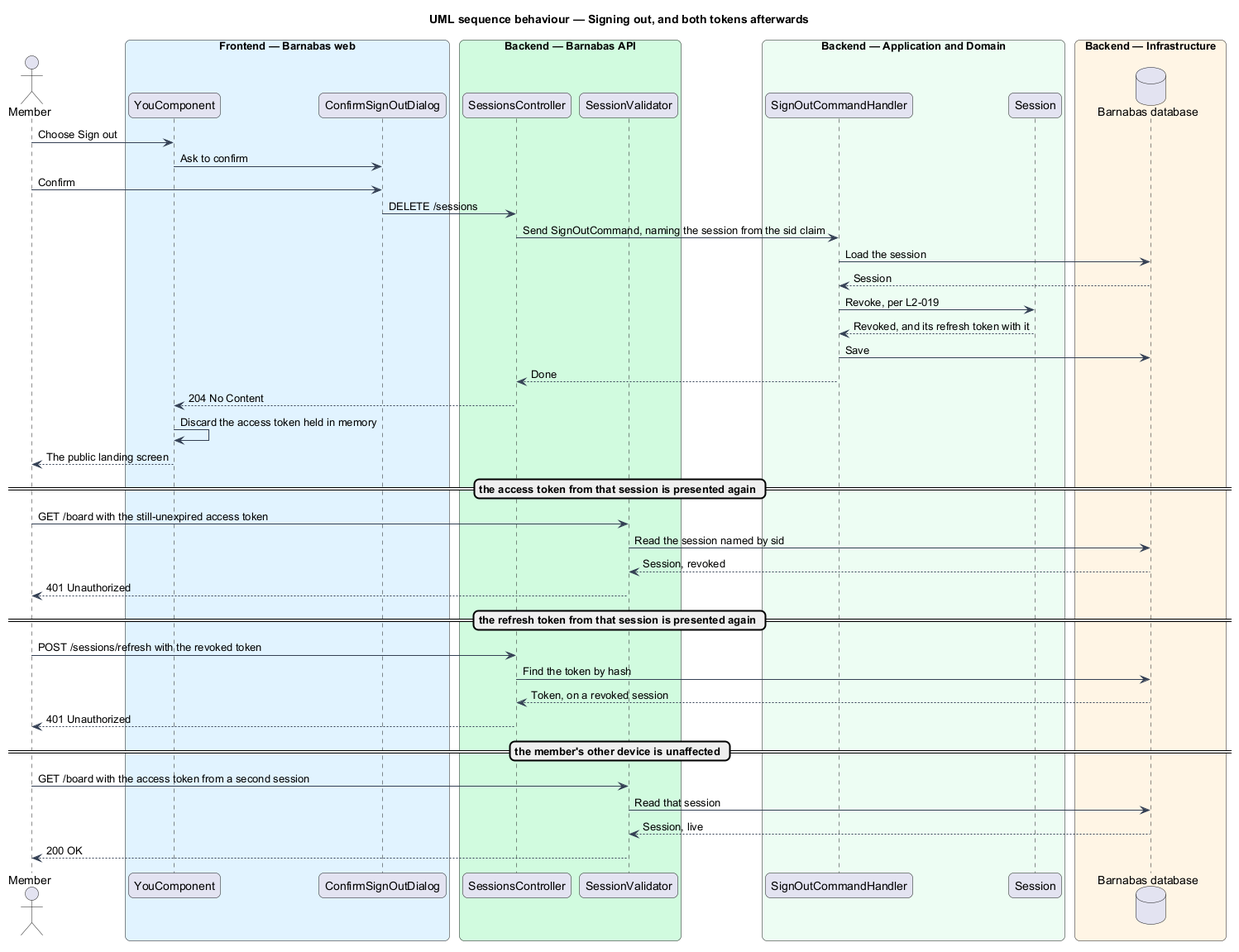
Above: docs/detailed-designs/access/end-a-session/diagrams/sequence-sign-out.png in QuinntyneBrown/Barnabas (PlantUML), before the change. Source of this version:
```plantuml
@startuml
title UML sequence behaviour — Signing out, and both tokens afterwards
skinparam backgroundColor #FFFFFF
skinparam shadowing false
skinparam roundcorner 12
skinparam defaultFontName Arial
skinparam ArrowColor #344054
skinparam rectangle {
  BorderColor #344054
  FontColor #101828
}
skinparam package {
  BorderColor #667085
  FontColor #101828
  BackgroundColor #F9FAFB
}
actor "Member" as actor
box "Frontend — Barnabas web" #E0F2FE
  participant "YouComponent" as page
  participant "ConfirmSignOutDialog" as dialog
end box
box "Backend — Barnabas API" #D1FADF
  participant "SessionsController" as controller
  participant "SessionValidator" as sv
end box
box "Backend — Application and Domain" #ECFDF3
  participant "SignOutCommandHandler" as handler
  participant "Session" as session
end box
box "Backend — Infrastructure" #FFF4E5
  database "Barnabas database" as db
end box

actor -> page : Choose Sign out
page -> dialog : Ask to confirm
actor -> dialog : Confirm
dialog -> controller : DELETE /sessions
controller -> handler : Send SignOutCommand, naming the session from the sid claim
handler -> db : Load the session
db --> handler : Session
handler -> session : Revoke, per L2-019
session --> handler : Revoked, and its refresh token with it
handler -> db : Save
handler --> controller : Done
controller --> page : 204 No Content
page -> page : Discard the access token held in memory
page --> actor : The public landing screen
== the access token from that session is presented again ==
actor -> sv : GET /board with the still-unexpired access token
sv -> db : Read the session named by sid
db --> sv : Session, revoked
sv --> actor : 401 Unauthorized
== the refresh token from that session is presented again ==
actor -> controller : POST /sessions/refresh with the revoked token
controller -> db : Find the token by hash
db --> controller : Token, on a revoked session
controller --> actor : 401 Unauthorized
== the member's other device is unaffected ==
actor -> sv : GET /board with the access token from a second session
sv -> db : Read that session
db --> sv : Session, live
sv --> actor : 200 OK
@enduml
```
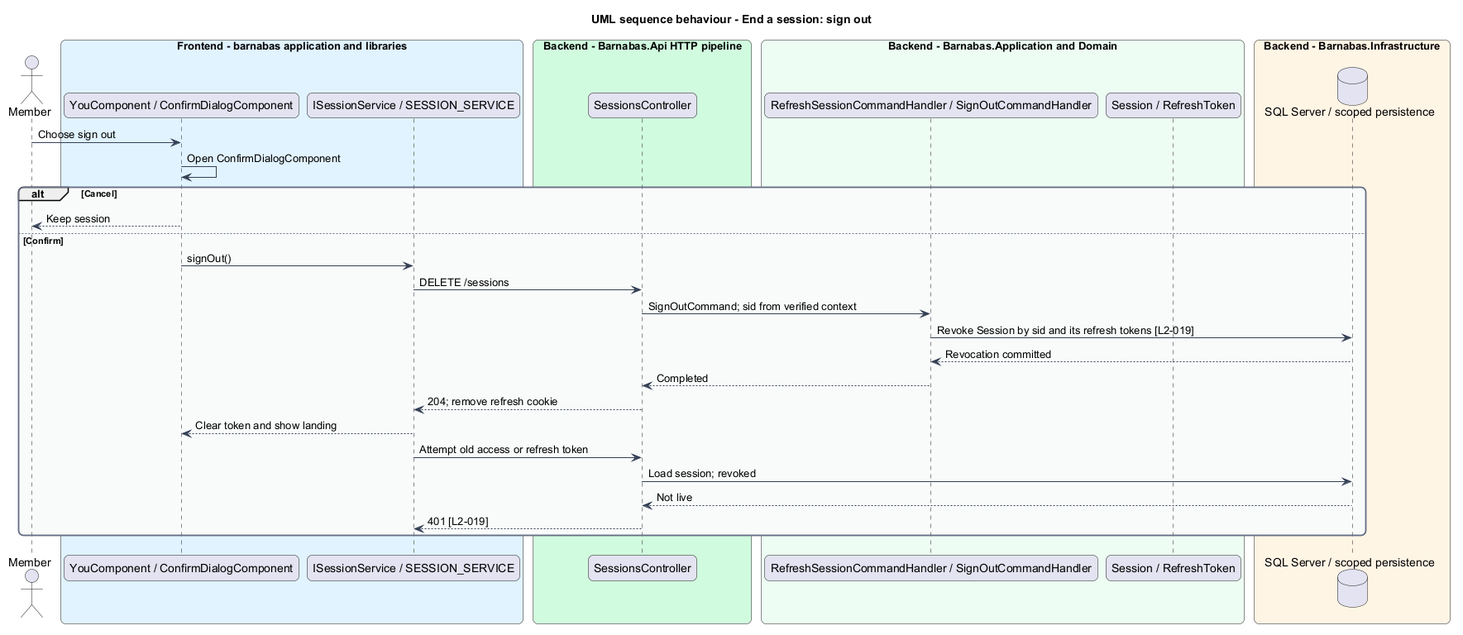
Above is the later version.

What changed in the source:
```diff
@@ -1,5 +1,5 @@
 @startuml
-title UML sequence behaviour — Signing out, and both tokens afterwards
+title UML sequence behaviour - End a session: sign out
 skinparam backgroundColor #FFFFFF
 skinparam shadowing false
 skinparam roundcorner 12
@@ -15,49 +15,36 @@
   BackgroundColor #F9FAFB
 }
 actor "Member" as actor
-box "Frontend — Barnabas web" #E0F2FE
-  participant "YouComponent" as page
-  participant "ConfirmSignOutDialog" as dialog
+box "Frontend - barnabas application and libraries" #E0F2FE
+  participant "YouComponent / ConfirmDialogComponent" as page
+  participant "ISessionService / SESSION_SERVICE" as client
 end box
-box "Backend — Barnabas API" #D1FADF
-  participant "SessionsController" as controller
-  participant "SessionValidator" as sv
+box "Backend - Barnabas.Api HTTP pipeline" #D1FADF
+  participant "SessionsController" as api
 end box
-box "Backend — Application and Domain" #ECFDF3
-  participant "SignOutCommandHandler" as handler
-  participant "Session" as session
+box "Backend - Barnabas.Application and Domain" #ECFDF3
+  participant "RefreshSessionCommandHandler / SignOutCommandHandler" as handler
+  participant "Session / RefreshToken" as entity
 end box
-box "Backend — Infrastructure" #FFF4E5
-  database "Barnabas database" as db
+box "Backend - Barnabas.Infrastructure" #FFF4E5
+  database "SQL Server / scoped persistence" as db
 end box
-
-actor -> page : Choose Sign out
-page -> dialog : Ask to confirm
-actor -> dialog : Confirm
-dialog -> controller : DELETE /sessions
-controller -> handler : Send SignOutCommand, naming the session from the sid claim
-handler -> db : Load the session
-db --> handler : Session
-handler -> session : Revoke, per L2-019
-session --> handler : Revoked, and its refresh token with it
-handler -> db : Save
-handler --> controller : Done
-controller --> page : 204 No Content
-page -> page : Discard the access token held in memory
-page --> actor : The public landing screen
-== the access token from that session is presented again ==
-actor -> sv : GET /board with the still-unexpired access token
-sv -> db : Read the session named by sid
-db --> sv : Session, revoked
-sv --> actor : 401 Unauthorized
-== the refresh token from that session is presented again ==
-actor -> controller : POST /sessions/refresh with the revoked token
-controller -> db : Find the token by hash
-db --> controller : Token, on a revoked session
-controller --> actor : 401 Unauthorized
-== the member's other device is unaffected ==
-actor -> sv : GET /board with the access token from a second session
-sv -> db : Read that session
-db --> sv : Session, live
-sv --> actor : 200 OK
+actor -> page : Choose sign out
+page -> page : Open ConfirmDialogComponent
+alt Cancel
+  page --> actor : Keep session
+else Confirm
+  page -> client : signOut()
+  client -> api : DELETE /sessions
+  api -> handler : SignOutCommand; sid from verified context
+  handler -> db : Revoke Session by sid and its refresh tokens [L2-019]
+  db --> handler : Revocation committed
+  handler --> api : Completed
+  api --> client : 204; remove refresh cookie
+  client --> page : Clear token and show landing
+  client -> api : Attempt old access or refresh token
+  api -> db : Load session; revoked
+  db --> api : Not live
+  api --> client : 401 [L2-019]
+end
 @enduml
```
